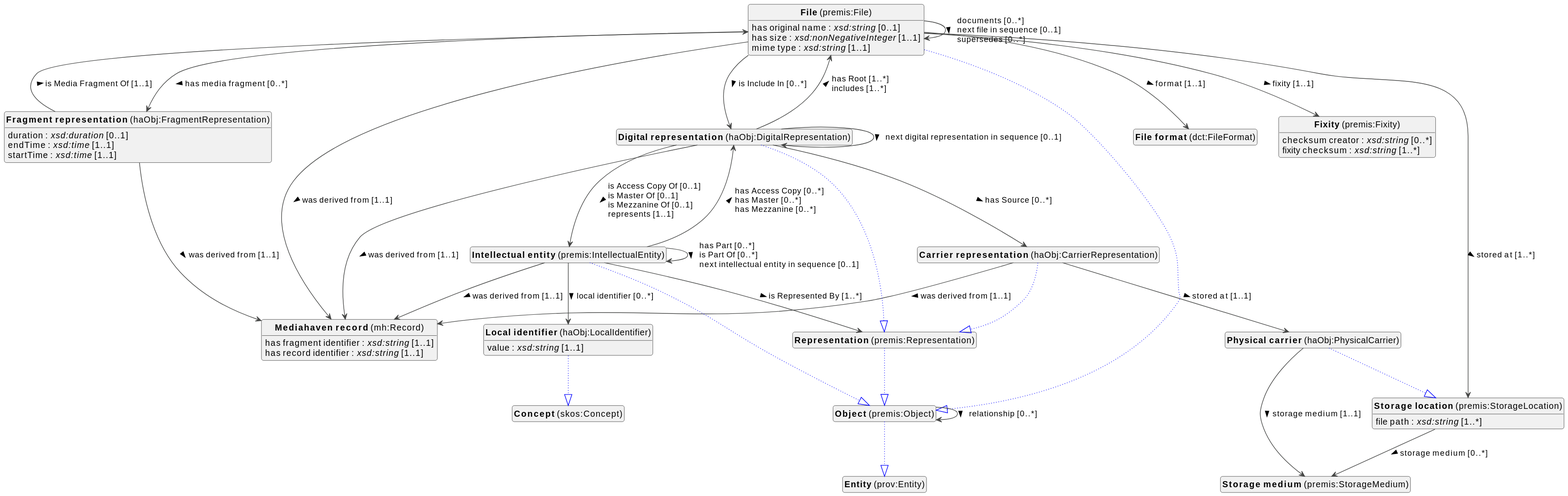
viaacode/documentation-jekyll keeps this PlantUML diagram as docs/metadata/knowledge-graph/0.0.1/objects/en/objects-diagram.svg. Above is the earlier version.
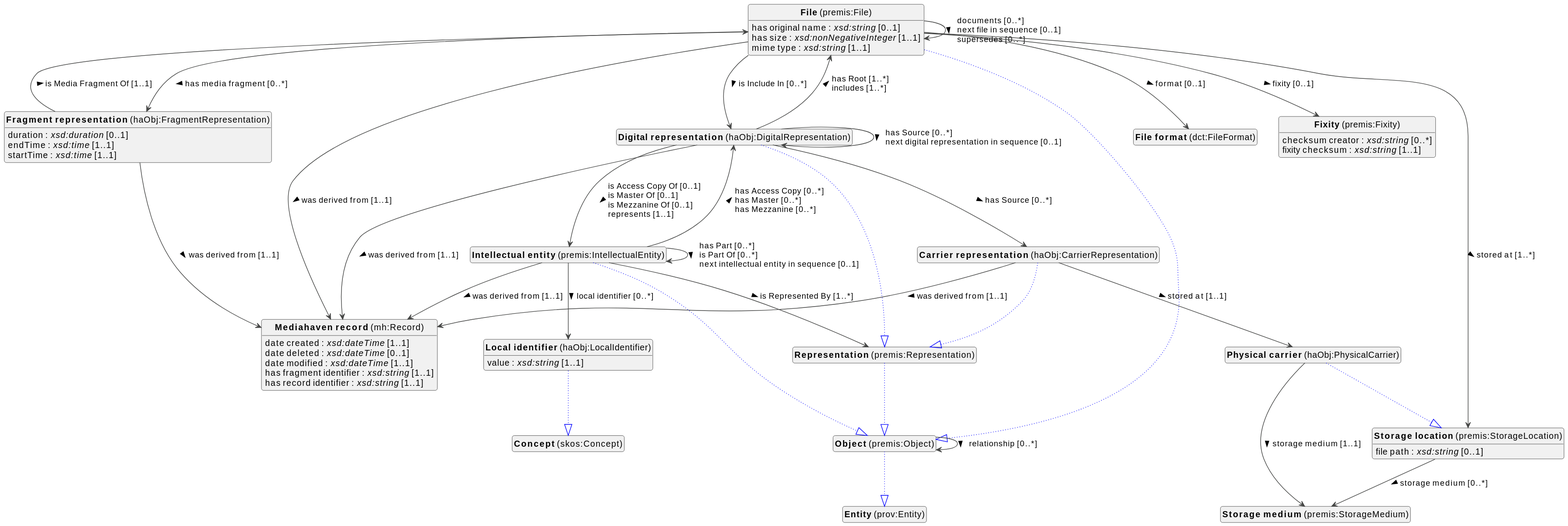
The same file after the commit.

The edit, as a diff of the source:
```diff
@@ -41,7 +41,7 @@
 haObj_DigitalRepresentation --|> premis_Representation #blue;line.dotted;text:blue
 
 haObj_DigitalRepresentation --> haObj_CarrierRepresentation :has Source [0..*]  >
-haObj_DigitalRepresentation --> haObj_DigitalRepresentation :next digital representation in sequence [0..1]  >
+haObj_DigitalRepresentation --> haObj_DigitalRepresentation :has Source [0..*]  \lnext digital representation in sequence [0..1]  >
 haObj_DigitalRepresentation --> mh_Record :was derived from [1..1]  >
 haObj_DigitalRepresentation --> premis_File :has Root [1..*]  \lincludes [1..*]  >
 haObj_DigitalRepresentation --> premis_IntellectualEntity :is Access Copy Of [0..1]  \lis Master Of [0..1]  \lis Mezzanine Of [0..1]  \lrepresents [1..1]  >
@@ -51,12 +51,12 @@
 premis_File : has original name : <i>xsd:string</i> [0..1]
 premis_File : has size : <i>xsd:nonNegativeInteger</i> [1..1]
 premis_File : mime type : <i>xsd:string</i> [1..1]
-premis_File --> dct_FileFormat :format [1..1]  >
+premis_File --> dct_FileFormat :format [0..1]  >
 premis_File --> haObj_DigitalRepresentation :is Include In [0..*]  >
 premis_File --> haObj_FragmentRepresentation :has media fragment [0..*]  >
 premis_File --> mh_Record :was derived from [1..1]  >
 premis_File --> premis_File :documents [0..*]  \lnext file in sequence [0..1]  \lsupersedes [0..*]  >
-premis_File --> premis_Fixity :fixity [1..1]  >
+premis_File --> premis_Fixity :fixity [0..1]  >
 premis_File --> premis_StorageLocation :stored at [1..*]  >
 
 
@@ -65,7 +65,7 @@
 
 
 premis_Fixity : checksum creator : <i>xsd:string</i> [0..*]
-premis_Fixity : fixity checksum : <i>xsd:string</i> [1..*]
+premis_Fixity : fixity checksum : <i>xsd:string</i> [1..1]
 
 
 
@@ -91,8 +91,12 @@
 
 
 
+mh_Record : date created : <i>xsd:dateTime</i> [1..1]
+mh_Record : date deleted : <i>xsd:dateTime</i> [0..1]
+mh_Record : date modified : <i>xsd:dateTime</i> [1..1]
 mh_Record : has fragment identifier : <i>xsd:string</i> [1..1]
 mh_Record : has record identifier : <i>xsd:string</i> [1..1]
+
 
 
 premis_Object --|> prov_Entity #blue;line.dotted;text:blue
@@ -107,7 +111,7 @@
 
 
 
-premis_StorageLocation : file path : <i>xsd:string</i> [1..*]
+premis_StorageLocation : file path : <i>xsd:string</i> [0..1]
 premis_StorageLocation --> premis_StorageMedium :storage medium [0..*]  >
 
 
```
